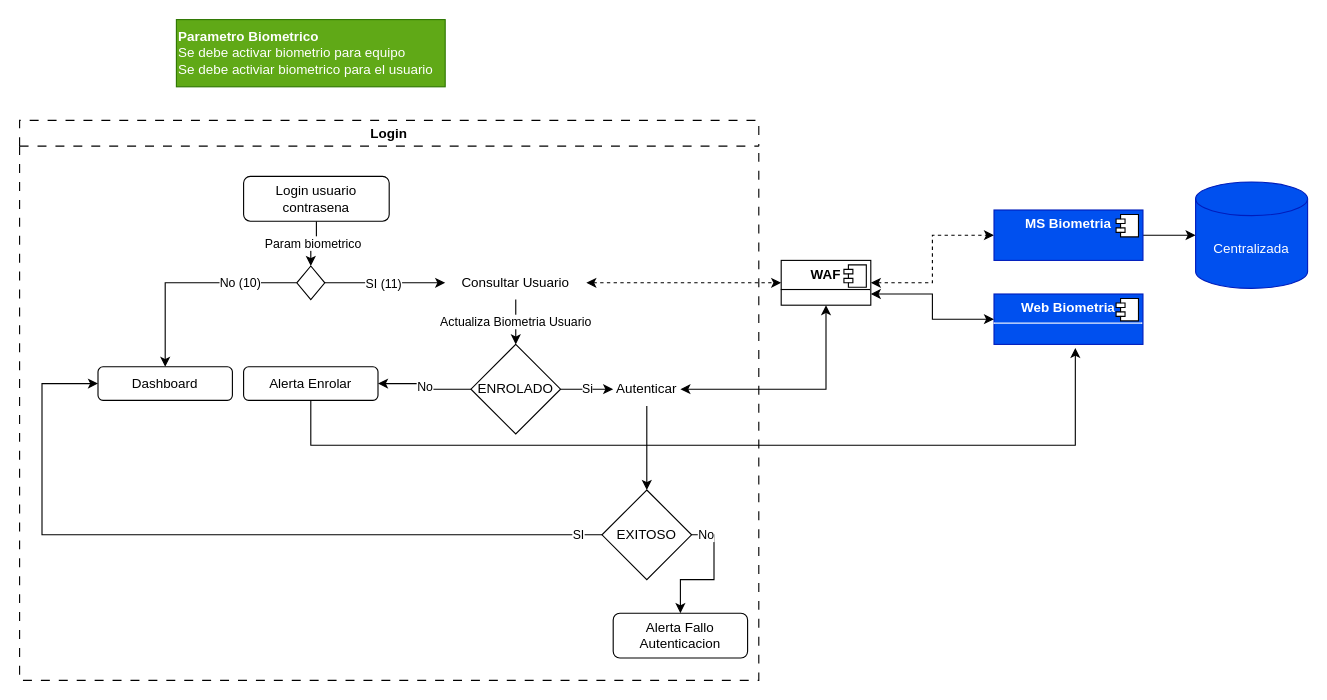
Earlier version of the draw.io diagram page "Login" (2 of 4) of Biometria.drawio (faberordonez1/diagramas). Source tidied: cells renumbered, new cells numbered last; positions are measured from the earlier drawing's top-left corner, leaving out a move shared by most shapes. Both pictures are drawn from the tidied source at 112%, with x=0, y=0 at pixel (19, 19).
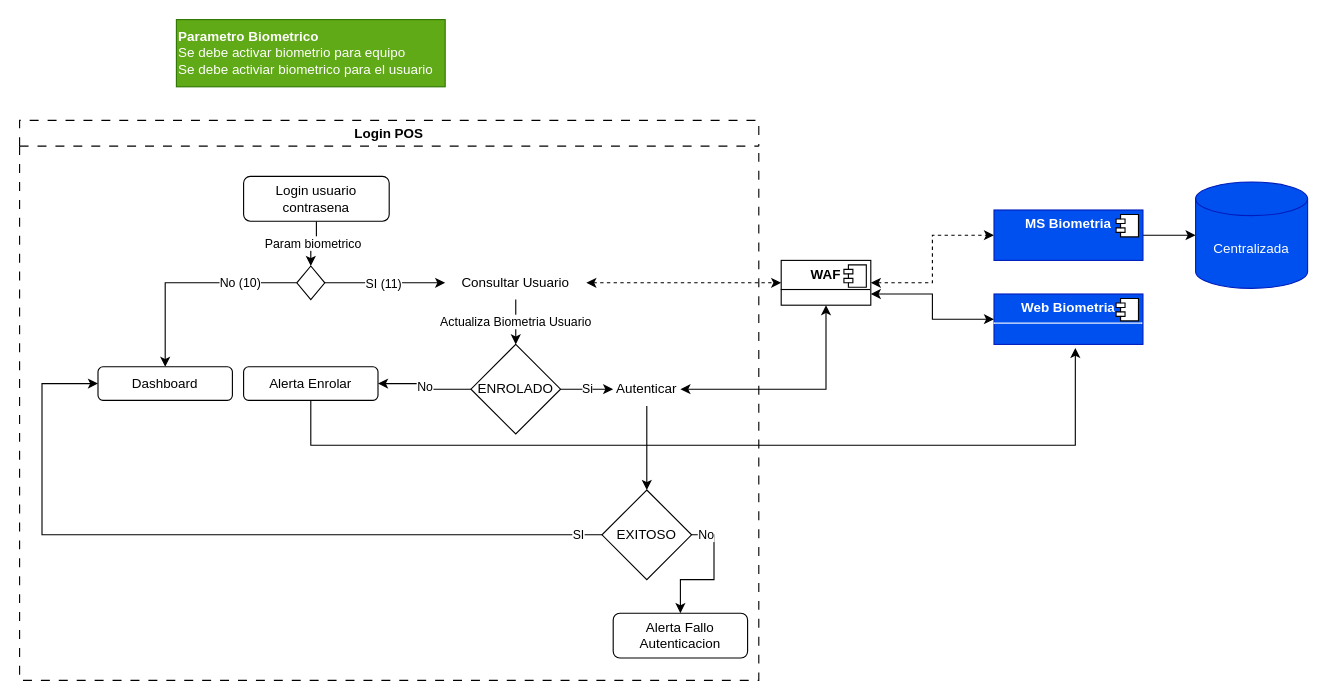
After the change.

Diff of the diagram source:
```diff
@@
-    <mxCell id="28" value="Login" style="swimlane;whiteSpace=wrap;html=1;dashed=1;dashPattern=8 8;" parent="1" vertex="1">
+    <mxCell id="28" value="Login POS" style="swimlane;whiteSpace=wrap;html=1;dashed=1;dashPattern=8 8;" parent="1" vertex="1">
       <mxGeometry y="90" width="660" height="500" as="geometry" />
     </mxCell>
```
